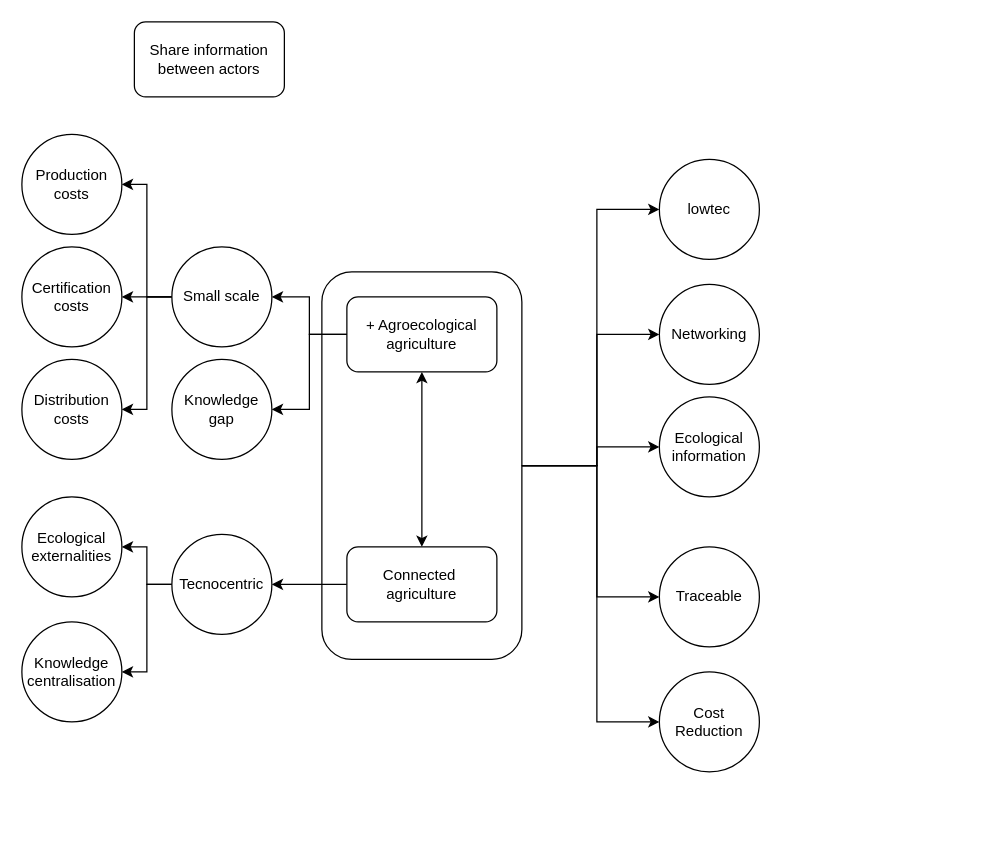
agroecomakers/Diagrammes-miCampo keeps this draw.io diagram as TICsAgroc¡industrieRurale.drawio. Above is the earlier version. Source tidied: cells renumbered, new cells numbered last; positions are measured from the earlier drawing's top-left corner, leaving out a move shared by most shapes. Both pictures are drawn from the tidied source at 125%, with x=0, y=0 at pixel (21, 21).
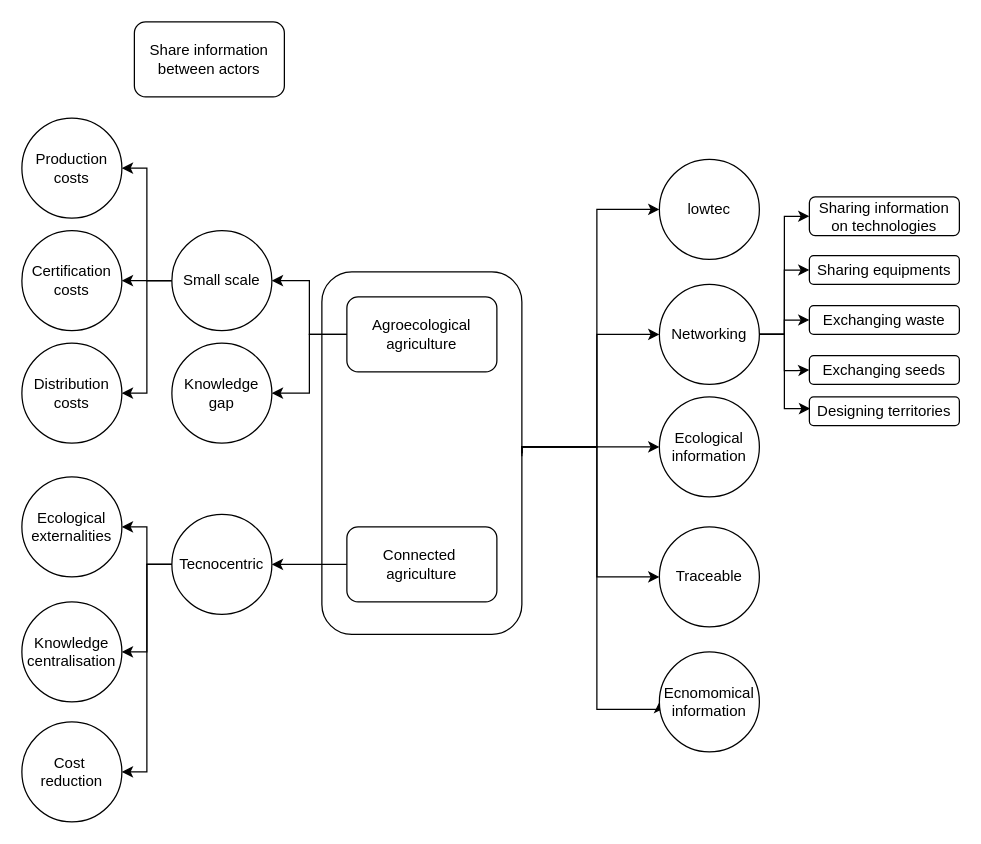
The same diagram, later.

Commit message:
Mettre à jour TICsAgroc¡industrieRurale.drawio

The change refers to these unchanged cells:
```xml
<mxCell id="16" value="lowtec" style="ellipse;whiteSpace=wrap;html=1;" parent="1" vertex="1">
  <mxGeometry x="510" y="110" width="80" height="80" as="geometry" />
</mxCell>
<mxCell id="17" value="Ecological information" style="ellipse;whiteSpace=wrap;html=1;" parent="1" vertex="1">
  <mxGeometry x="510" y="300" width="80" height="80" as="geometry" />
</mxCell>
<mxCell id="19" value="Networking" style="ellipse;whiteSpace=wrap;html=1;rounded=1;" parent="1" vertex="1">
  <mxGeometry x="510" y="210" width="80" height="80" as="geometry" />
</mxCell>
```

The edit, as a diff of the source:
```diff
@@
     <mxCell id="2" style="rounded=1;whiteSpace=wrap;html=1;fillColor=none;" parent="1" vertex="1">
-      <mxGeometry x="240" y="200" width="160" height="310" as="geometry" />
+      <mxGeometry x="240" y="200" width="160" height="290" as="geometry" />
     </mxCell>
@@
-    <mxCell id="4" style="edgeStyle=orthogonalEdgeStyle;rounded=0;jettySize=auto;html=1;startArrow=classic;startFill=1;" parent="1" edge="1" source="7" target="11">
-      <mxGeometry relative="1" as="geometry" />
-    </mxCell>
@@
     <mxCell id="6" style="edgeStyle=orthogonalEdgeStyle;rounded=0;jettySize=auto;html=1;exitX=1;exitY=0.5;exitDx=0;exitDy=0;entryX=0;entryY=0.5;entryDx=0;entryDy=0;" parent="1" edge="1" source="2" target="12">
       <mxGeometry relative="1" as="geometry">
         <Array as="points">
-          <mxPoint x="460" y="355" />
-          <mxPoint x="460" y="560" />
+          <mxPoint x="400" y="340" />
+          <mxPoint x="460" y="340" />
+          <mxPoint x="460" y="550" />
+          <mxPoint x="510" y="550" />
         </Array>
       </mxGeometry>
     </mxCell>
     <mxCell id="7" value="&lt;div&gt;Connected&amp;nbsp;&lt;/div&gt;&lt;div&gt;agriculture&lt;/div&gt;" style="rounded=1;whiteSpace=wrap;html=1;" parent="1" vertex="1">
-      <mxGeometry x="260" y="420" width="120" height="60" as="geometry" />
+      <mxGeometry x="260" y="404" width="120" height="60" as="geometry" />
     </mxCell>
     <mxCell id="8" style="edgeStyle=orthogonalEdgeStyle;rounded=0;jettySize=auto;html=1;entryX=0;entryY=0.5;entryDx=0;entryDy=0;exitX=1;exitY=0.5;exitDx=0;exitDy=0;" parent="1" edge="1" source="2" target="16">
       <mxGeometry relative="1" as="geometry">
         <Array as="points">
-          <mxPoint x="460" y="355" />
+          <mxPoint x="400" y="340" />
+          <mxPoint x="460" y="340" />
           <mxPoint x="460" y="150" />
         </Array>
       </mxGeometry>
     </mxCell>
     <mxCell id="9" style="edgeStyle=orthogonalEdgeStyle;rounded=0;jettySize=auto;html=1;exitX=1;exitY=0.5;exitDx=0;exitDy=0;" parent="1" edge="1" source="2" target="19">
       <mxGeometry relative="1" as="geometry">
         <Array as="points">
-          <mxPoint x="460" y="355" />
+          <mxPoint x="400" y="340" />
+          <mxPoint x="460" y="340" />
           <mxPoint x="460" y="250" />
         </Array>
       </mxGeometry>
     </mxCell>
@@
-    <mxCell id="11" value="+ Agroecological agriculture" style="rounded=1;whiteSpace=wrap;html=1;" parent="1" vertex="1">
+    <mxCell id="11" value="Agroecological agriculture" style="rounded=1;whiteSpace=wrap;html=1;" parent="1" vertex="1">
       <mxGeometry x="260" y="220" width="120" height="60" as="geometry" />
     </mxCell>
-    <mxCell id="12" value="Cost Reduction" style="ellipse;whiteSpace=wrap;html=1;" parent="1" vertex="1">
-      <mxGeometry x="510" y="520" width="80" height="80" as="geometry" />
+    <mxCell id="12" value="Ecnomomical information" style="ellipse;whiteSpace=wrap;html=1;" parent="1" vertex="1">
+      <mxGeometry x="510" y="504" width="80" height="80" as="geometry" />
     </mxCell>
@@
     <mxCell id="15" value="Tecnocentric" style="ellipse;whiteSpace=wrap;html=1;" parent="1" vertex="1">
-      <mxGeometry x="120" y="410" width="80" height="80" as="geometry" />
+      <mxGeometry x="120" y="394" width="80" height="80" as="geometry" />
     </mxCell>
@@
-    <mxCell id="18" style="edgeStyle=orthogonalEdgeStyle;rounded=0;jettySize=auto;html=1;entryX=0;entryY=0.5;entryDx=0;entryDy=0;exitX=1;exitY=0.5;exitDx=0;exitDy=0;" parent="1" edge="1" source="2" target="17">
+    <mxCell id="18" style="edgeStyle=orthogonalEdgeStyle;rounded=0;jettySize=auto;html=1;entryX=0;entryY=0.5;entryDx=0;entryDy=0;exitX=1;exitY=0.5;exitDx=0;exitDy=0;" parent="1" edge="1" target="17">
       <mxGeometry relative="1" as="geometry">
+        <mxPoint x="400" y="347.5" as="sourcePoint" />
         <Array as="points">
-          <mxPoint x="460" y="355" />
-          <mxPoint x="460" y="340" />
+          <mxPoint x="400" y="340" />
         </Array>
       </mxGeometry>
     </mxCell>
+    <mxCell id="33" style="edgeStyle=orthogonalEdgeStyle;rounded=0;jettySize=auto;html=1;entryX=0;entryY=0.5;entryDx=0;entryDy=0;" parent="1" edge="1" source="19" target="38">
+      <mxGeometry relative="1" as="geometry" />
+    </mxCell>
+    <mxCell id="34" style="edgeStyle=orthogonalEdgeStyle;rounded=0;jettySize=auto;html=1;entryX=0;entryY=0.5;entryDx=0;entryDy=0;" parent="1" edge="1" source="19" target="39">
+      <mxGeometry relative="1" as="geometry" />
+    </mxCell>
+    <mxCell id="35" style="edgeStyle=orthogonalEdgeStyle;rounded=0;jettySize=auto;html=1;entryX=0;entryY=0.5;entryDx=0;entryDy=0;" parent="1" edge="1" source="19" target="40">
+      <mxGeometry relative="1" as="geometry">
+        <Array as="points">
+          <mxPoint x="610" y="250" />
+          <mxPoint x="610" y="279" />
+          <mxPoint x="620" y="279" />
+        </Array>
+      </mxGeometry>
+    </mxCell>
@@
     <mxCell id="20" value="Traceable" style="ellipse;whiteSpace=wrap;html=1;" parent="1" vertex="1">
-      <mxGeometry x="510" y="420" width="80" height="80" as="geometry" />
+      <mxGeometry x="510" y="404" width="80" height="80" as="geometry" />
     </mxCell>
-    <mxCell id="21" style="edgeStyle=orthogonalEdgeStyle;rounded=0;jettySize=auto;html=1;entryX=0;entryY=0.5;entryDx=0;entryDy=0;exitX=1;exitY=0.5;exitDx=0;exitDy=0;" parent="1" edge="1" source="2" target="20">
+    <mxCell id="21" style="edgeStyle=orthogonalEdgeStyle;rounded=0;orthogonalLoop=1;jettySize=auto;html=1;exitX=1;exitY=0.5;exitDx=0;exitDy=0;" parent="1" edge="1">
       <mxGeometry relative="1" as="geometry">
+        <mxPoint x="400" y="341" as="sourcePoint" />
+        <mxPoint x="510" y="444" as="targetPoint" />
         <Array as="points">
-          <mxPoint x="460" y="355" />
-          <mxPoint x="460" y="460" />
+          <mxPoint x="400" y="340" />
+          <mxPoint x="460" y="340" />
+          <mxPoint x="460" y="444" />
         </Array>
       </mxGeometry>
     </mxCell>
     <mxCell id="22" style="edgeStyle=orthogonalEdgeStyle;rounded=0;jettySize=auto;html=1;entryX=1;entryY=0.5;entryDx=0;entryDy=0;" parent="1" edge="1" source="25" target="27">
       <mxGeometry relative="1" as="geometry">
         <Array as="points">
-          <mxPoint x="100" y="220" />
-          <mxPoint x="100" y="130" />
+          <mxPoint x="100" y="207" />
+          <mxPoint x="100" y="117" />
         </Array>
       </mxGeometry>
     </mxCell>
@@
     <mxCell id="25" value="Small scale" style="ellipse;whiteSpace=wrap;html=1;" parent="1" vertex="1">
-      <mxGeometry x="120" y="180" width="80" height="80" as="geometry" />
+      <mxGeometry x="120" y="167" width="80" height="80" as="geometry" />
     </mxCell>
@@
     <mxCell id="27" value="Production costs" style="ellipse;whiteSpace=wrap;html=1;" parent="1" vertex="1">
-      <mxGeometry y="90" width="80" height="80" as="geometry" />
+      <mxGeometry y="77" width="80" height="80" as="geometry" />
     </mxCell>
     <mxCell id="28" value="Certification costs" style="ellipse;whiteSpace=wrap;html=1;" parent="1" vertex="1">
-      <mxGeometry y="180" width="80" height="80" as="geometry" />
+      <mxGeometry y="167" width="80" height="80" as="geometry" />
     </mxCell>
     <mxCell id="29" value="Distribution costs" style="ellipse;whiteSpace=wrap;html=1;" parent="1" vertex="1">
-      <mxGeometry y="270" width="80" height="80" as="geometry" />
+      <mxGeometry y="257" width="80" height="80" as="geometry" />
     </mxCell>
     <mxCell id="30" value="Ecological externalities" style="ellipse;whiteSpace=wrap;html=1;" parent="1" vertex="1">
-      <mxGeometry y="380" width="80" height="80" as="geometry" />
+      <mxGeometry y="364" width="80" height="80" as="geometry" />
     </mxCell>
     <mxCell id="31" value="Knowledge gap" style="ellipse;whiteSpace=wrap;html=1;" parent="1" vertex="1">
-      <mxGeometry x="120" y="270" width="80" height="80" as="geometry" />
+      <mxGeometry x="120" y="257" width="80" height="80" as="geometry" />
     </mxCell>
     <mxCell id="32" value="Knowledge centralisation" style="ellipse;whiteSpace=wrap;html=1;" parent="1" vertex="1">
-      <mxGeometry y="480" width="80" height="80" as="geometry" />
+      <mxGeometry y="464" width="80" height="80" as="geometry" />
     </mxCell>
+    <mxCell id="36" value="&lt;div&gt;Cost&amp;nbsp;&lt;/div&gt;&lt;div&gt;reduction&lt;/div&gt;" style="ellipse;whiteSpace=wrap;html=1;" parent="1" vertex="1">
+      <mxGeometry y="560" width="80" height="80" as="geometry" />
+    </mxCell>
+    <mxCell id="37" style="edgeStyle=orthogonalEdgeStyle;rounded=0;jettySize=auto;html=1;entryX=1;entryY=0.5;entryDx=0;entryDy=0;exitX=0;exitY=0.5;exitDx=0;exitDy=0;" parent="1" edge="1" source="15" target="36">
+      <mxGeometry relative="1" as="geometry">
+        <Array as="points">
+          <mxPoint x="100" y="434" />
+          <mxPoint x="100" y="600" />
+        </Array>
+      </mxGeometry>
+    </mxCell>
+    <mxCell id="38" value="Sharing equipments" style="rounded=1;whiteSpace=wrap;html=1;" parent="1" vertex="1">
+      <mxGeometry x="630" y="187" width="120" height="23" as="geometry" />
+    </mxCell>
+    <mxCell id="39" value="Exchanging waste" style="rounded=1;whiteSpace=wrap;html=1;" parent="1" vertex="1">
+      <mxGeometry x="630" y="227" width="120" height="23" as="geometry" />
+    </mxCell>
+    <mxCell id="40" value="Exchanging seeds" style="rounded=1;whiteSpace=wrap;html=1;" parent="1" vertex="1">
+      <mxGeometry x="630" y="267" width="120" height="23" as="geometry" />
+    </mxCell>
+    <mxCell id="41" value="Designing territories" style="rounded=1;whiteSpace=wrap;html=1;" parent="1" vertex="1">
+      <mxGeometry x="630" y="300" width="120" height="23" as="geometry" />
+    </mxCell>
+    <mxCell id="42" style="edgeStyle=orthogonalEdgeStyle;rounded=0;jettySize=auto;html=1;entryX=0.005;entryY=0.408;entryDx=0;entryDy=0;entryPerimeter=0;exitX=1;exitY=0.5;exitDx=0;exitDy=0;" parent="1" edge="1" source="19" target="41">
+      <mxGeometry relative="1" as="geometry">
+        <Array as="points">
+          <mxPoint x="610" y="250" />
+          <mxPoint x="610" y="310" />
+          <mxPoint x="631" y="310" />
+        </Array>
+      </mxGeometry>
+    </mxCell>
+    <mxCell id="43" value="Sharing information on technologies" style="rounded=1;whiteSpace=wrap;html=1;" parent="1" vertex="1">
+      <mxGeometry x="630" y="140" width="120" height="31" as="geometry" />
+    </mxCell>
+    <mxCell id="44" style="edgeStyle=orthogonalEdgeStyle;rounded=0;jettySize=auto;html=1;entryX=0;entryY=0.5;entryDx=0;entryDy=0;exitX=1;exitY=0.5;exitDx=0;exitDy=0;" parent="1" edge="1" source="19" target="43">
+      <mxGeometry relative="1" as="geometry">
+        <Array as="points">
+          <mxPoint x="610" y="250" />
+          <mxPoint x="610" y="156" />
+          <mxPoint x="630" y="156" />
+        </Array>
+      </mxGeometry>
+    </mxCell>
```
